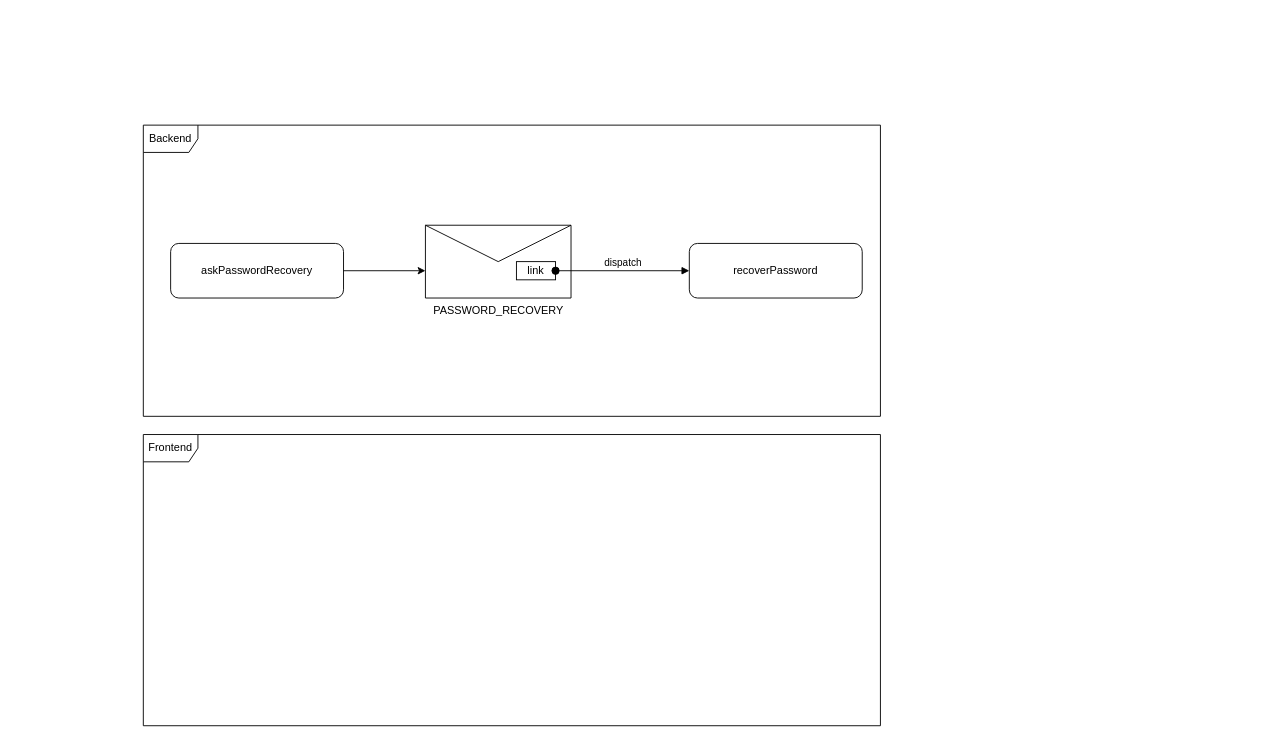
Above: Диаграмма без названия.drawio in holodnii/holodnii (draw.io), before the change. Source tidied: cells renumbered, new cells numbered last; positions are measured from the earlier drawing's top-left corner, leaving out a move shared by most shapes. Both pictures are drawn from the tidied source at 91%, with x=0, y=0 at pixel (143, 125).
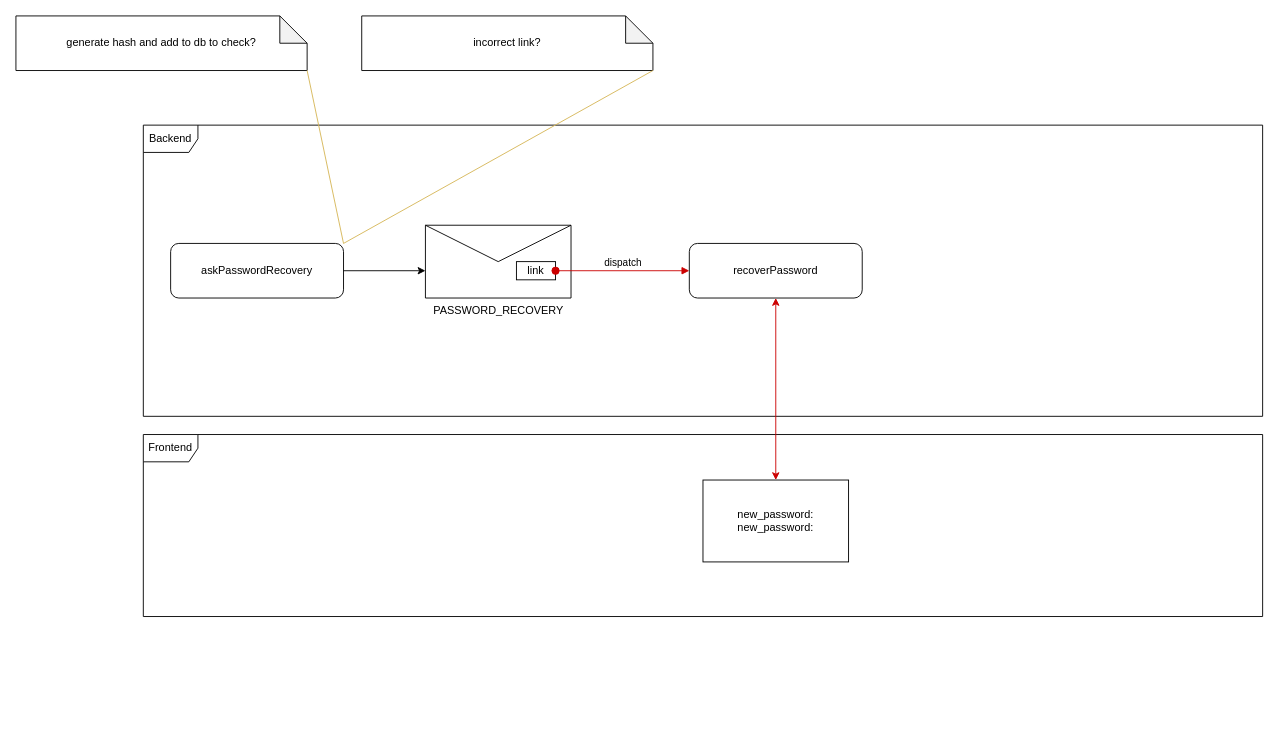
The same page after the edit.

The edit, as a diff of the source:
```diff
@@
 <mxGraphModel>
   <root>
     <mxCell id="0" />
     <mxCell id="1" parent="0" />
     <mxCell id="2" value="Backend" style="shape=umlFrame;whiteSpace=wrap;html=1;" parent="1" vertex="1">
-      <mxGeometry width="810" height="320" as="geometry" />
+      <mxGeometry width="1230" height="320" as="geometry" />
     </mxCell>
     <mxCell id="3" value="askPasswordRecovery" style="rounded=1;whiteSpace=wrap;html=1;" parent="1" vertex="1">
       <mxGeometry x="30" y="130" width="190" height="60" as="geometry" />
     </mxCell>
     <mxCell id="4" value="recoverPassword" style="rounded=1;whiteSpace=wrap;html=1;" parent="1" vertex="1">
       <mxGeometry x="600" y="130" width="190" height="60" as="geometry" />
     </mxCell>
     <mxCell id="5" value="PASSWORD_RECOVERY" style="shape=message;html=1;html=1;labelPosition=center;verticalLabelPosition=bottom;align=center;verticalAlign=top;" parent="1" vertex="1">
       <mxGeometry x="310" y="110" width="160" height="80" as="geometry" />
     </mxCell>
     <mxCell id="6" value="link" style="rounded=0;whiteSpace=wrap;html=1;" parent="1" vertex="1">
       <mxGeometry x="410" y="150" width="43" height="20" as="geometry" />
     </mxCell>
-    <mxCell id="7" value="dispatch" style="html=1;verticalAlign=bottom;startArrow=oval;startFill=1;endArrow=block;startSize=8;rounded=0;" parent="1" edge="1" source="6" target="4">
+    <mxCell id="7" value="dispatch" style="html=1;verticalAlign=bottom;startArrow=oval;startFill=1;endArrow=block;startSize=8;rounded=0;fillColor=#f8cecc;strokeColor=#CC0000;" parent="1" edge="1" source="6" target="4">
       <mxGeometry relative="1" as="geometry" />
     </mxCell>
     <mxCell id="8" style="endArrow=classic;html=1;rounded=0;exitX=1;exitY=0.5;exitDx=0;exitDy=0;" parent="1" edge="1" source="3">
       <mxGeometry relative="1" as="geometry">
         <mxPoint x="310" y="160" as="targetPoint" />
       </mxGeometry>
     </mxCell>
     <mxCell id="9" value="Frontend" style="shape=umlFrame;whiteSpace=wrap;html=1;" parent="1" vertex="1">
-      <mxGeometry y="340" width="810" height="320" as="geometry" />
+      <mxGeometry y="340" width="1230" height="200" as="geometry" />
     </mxCell>
+    <mxCell id="10" value="generate hash and add to db to check?" style="shape=note;whiteSpace=wrap;html=1;backgroundOutline=1;darkOpacity=0.05;" parent="1" vertex="1">
+      <mxGeometry x="-140" y="-120" width="320" height="60" as="geometry" />
+    </mxCell>
+    <mxCell id="11" style="endArrow=none;html=1;rounded=0;fillColor=#fff2cc;strokeColor=#d6b656;exitX=1;exitY=1;exitDx=0;exitDy=0;exitPerimeter=0;" parent="1" edge="1" source="10">
+      <mxGeometry relative="1" as="geometry">
+        <mxPoint x="220" y="130" as="targetPoint" />
+      </mxGeometry>
+    </mxCell>
+    <mxCell id="12" value="new_password:&lt;br&gt;new_password:" style="rounded=0;whiteSpace=wrap;html=1;" parent="1" vertex="1">
+      <mxGeometry x="615" y="390" width="160" height="90" as="geometry" />
+    </mxCell>
+    <mxCell id="13" value="incorrect link?" style="shape=note;whiteSpace=wrap;html=1;backgroundOutline=1;darkOpacity=0.05;" parent="1" vertex="1">
+      <mxGeometry x="240" y="-120" width="320" height="60" as="geometry" />
+    </mxCell>
+    <mxCell id="14" style="endArrow=none;html=1;rounded=0;fillColor=#fff2cc;strokeColor=#d6b656;exitX=1;exitY=1;exitDx=0;exitDy=0;exitPerimeter=0;entryX=1;entryY=0;entryDx=0;entryDy=0;" parent="1" edge="1" source="13" target="3">
+      <mxGeometry relative="1" as="geometry" />
+    </mxCell>
+    <mxCell id="15" style="endArrow=classic;startArrow=classic;html=1;rounded=0;strokeColor=#CC0000;entryX=0.5;entryY=1;entryDx=0;entryDy=0;" parent="1" edge="1" source="12" target="4">
+      <mxGeometry relative="1" as="geometry" />
+    </mxCell>
   </root>
 </mxGraphModel>
```
